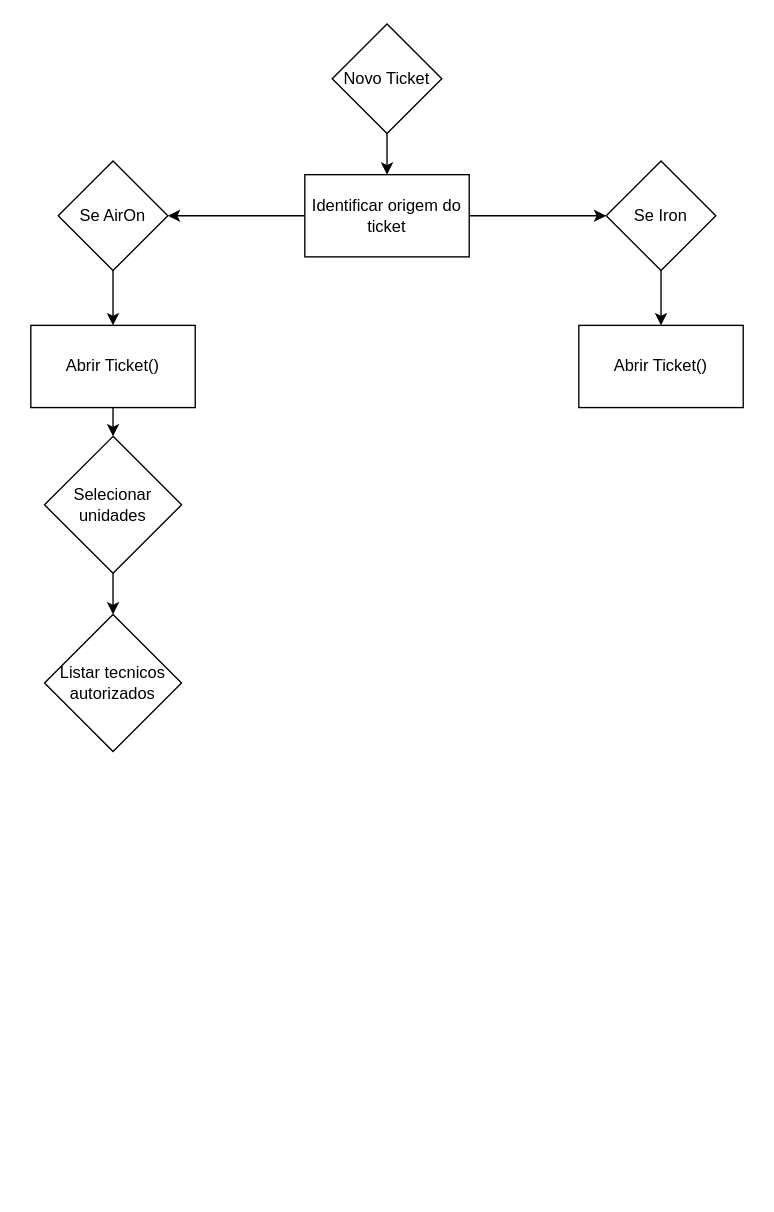
This is page "Processo" (2 of 2) of Controlador.drawio from rodcordeiro/ticketsController, a draw.io file, before an edit. Source tidied: cells renumbered, new cells numbered last; positions are measured from the earlier drawing's top-left corner, leaving out a move shared by most shapes. Both pictures are drawn from the tidied source at 137%, with x=0, y=0 at pixel (30, 23).
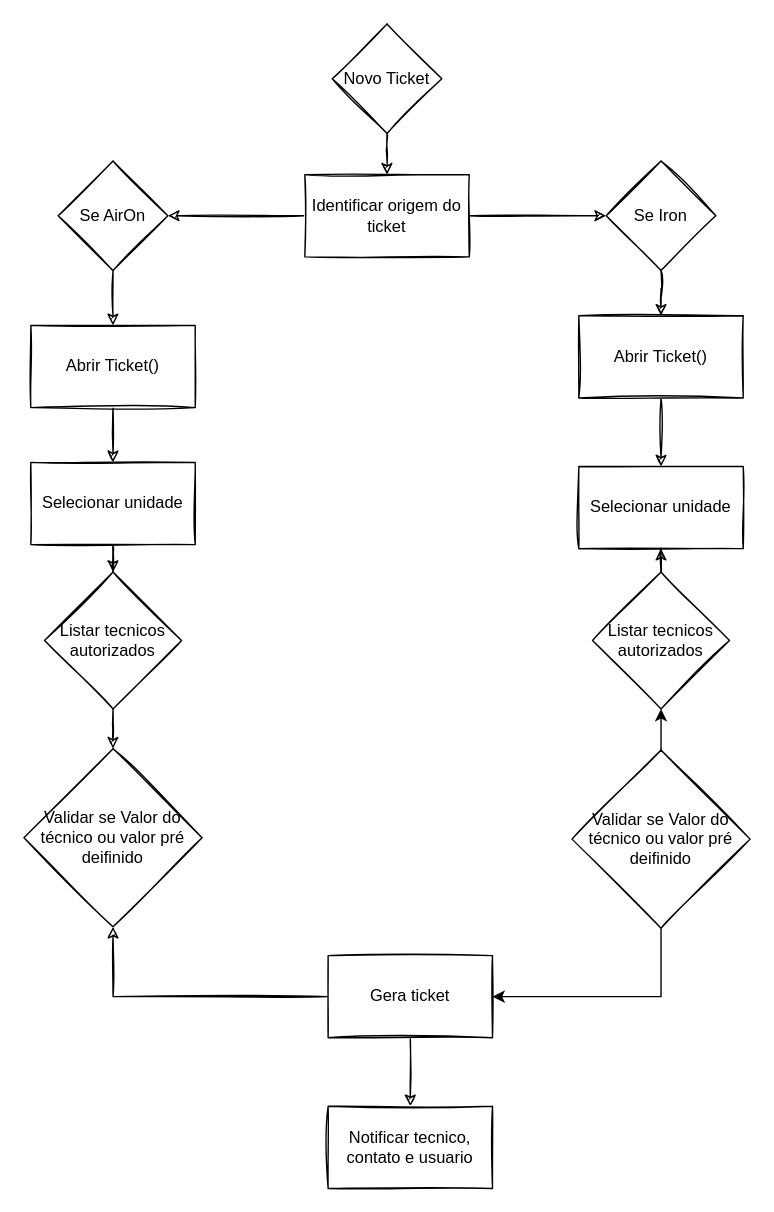
After the change.

Commit message:
start backend branch

Diff of the diagram source:
```diff
@@
-    <mxCell id="2" style="edgeStyle=orthogonalEdgeStyle;rounded=0;jettySize=auto;html=1;" parent="1" edge="1" source="3" target="6">
+    <mxCell id="2" style="edgeStyle=orthogonalEdgeStyle;rounded=0;jettySize=auto;html=1;sketch=1;" parent="1" edge="1" source="3" target="6">
       <mxGeometry relative="1" as="geometry" />
     </mxCell>
-    <mxCell id="3" value="Novo Ticket" style="rhombus;whiteSpace=wrap;html=1;" parent="1" vertex="1">
+    <mxCell id="3" value="Novo Ticket" style="rhombus;whiteSpace=wrap;html=1;sketch=1;" parent="1" vertex="1">
       <mxGeometry x="220" width="80" height="80" as="geometry" />
     </mxCell>
-    <mxCell id="4" style="edgeStyle=orthogonalEdgeStyle;rounded=0;jettySize=auto;html=1;" parent="1" edge="1" source="6" target="8">
+    <mxCell id="4" style="edgeStyle=orthogonalEdgeStyle;rounded=0;jettySize=auto;html=1;sketch=1;" parent="1" edge="1" source="6" target="8">
       <mxGeometry relative="1" as="geometry" />
     </mxCell>
-    <mxCell id="5" style="edgeStyle=orthogonalEdgeStyle;rounded=0;jettySize=auto;html=1;" parent="1" edge="1" source="6" target="10">
+    <mxCell id="5" style="edgeStyle=orthogonalEdgeStyle;rounded=0;jettySize=auto;html=1;sketch=1;" parent="1" edge="1" source="6" target="10">
       <mxGeometry relative="1" as="geometry" />
     </mxCell>
-    <mxCell id="6" value="Identificar origem do ticket" style="whiteSpace=wrap;html=1;" parent="1" vertex="1">
+    <mxCell id="6" value="Identificar origem do ticket" style="whiteSpace=wrap;html=1;sketch=1;" parent="1" vertex="1">
       <mxGeometry x="200" y="110" width="120" height="60" as="geometry" />
     </mxCell>
-    <mxCell id="7" style="edgeStyle=orthogonalEdgeStyle;rounded=0;jettySize=auto;html=1;" parent="1" edge="1" source="8" target="12">
+    <mxCell id="7" style="edgeStyle=orthogonalEdgeStyle;rounded=0;jettySize=auto;html=1;sketch=1;" parent="1" edge="1" source="8" target="12">
       <mxGeometry relative="1" as="geometry" />
     </mxCell>
-    <mxCell id="8" value="Se AirOn" style="rhombus;whiteSpace=wrap;html=1;" parent="1" vertex="1">
+    <mxCell id="8" value="Se AirOn" style="rhombus;whiteSpace=wrap;html=1;sketch=1;" parent="1" vertex="1">
       <mxGeometry x="20" y="100" width="80" height="80" as="geometry" />
     </mxCell>
-    <mxCell id="9" style="edgeStyle=orthogonalEdgeStyle;rounded=0;jettySize=auto;html=1;" parent="1" edge="1" source="10" target="13">
+    <mxCell id="9" style="edgeStyle=orthogonalEdgeStyle;rounded=0;jettySize=auto;html=1;sketch=1;" parent="1" edge="1" source="10" target="13">
       <mxGeometry relative="1" as="geometry" />
     </mxCell>
-    <mxCell id="10" value="Se Iron" style="rhombus;whiteSpace=wrap;html=1;" parent="1" vertex="1">
+    <mxCell id="10" value="Se Iron" style="rhombus;whiteSpace=wrap;html=1;sketch=1;" parent="1" vertex="1">
       <mxGeometry x="420" y="100" width="80" height="80" as="geometry" />
     </mxCell>
-    <mxCell id="11" style="edgeStyle=orthogonalEdgeStyle;rounded=0;jettySize=auto;html=1;" parent="1" edge="1" source="12" target="15">
+    <mxCell id="11" style="edgeStyle=orthogonalEdgeStyle;rounded=0;jettySize=auto;html=1;sketch=1;entryX=0.5;entryY=0;entryDx=0;entryDy=0;" parent="1" edge="1" source="12" target="19">
       <mxGeometry relative="1" as="geometry" />
     </mxCell>
-    <mxCell id="12" value="Abrir Ticket()" style="whiteSpace=wrap;html=1;" parent="1" vertex="1">
+    <mxCell id="12" value="Abrir Ticket()" style="whiteSpace=wrap;html=1;sketch=1;" parent="1" vertex="1">
       <mxGeometry y="220" width="120" height="60" as="geometry" />
     </mxCell>
+    <mxCell id="17" style="edgeStyle=orthogonalEdgeStyle;rounded=0;sketch=1;jettySize=auto;html=1;" parent="1" edge="1" source="13" target="27">
+      <mxGeometry relative="1" as="geometry" />
+    </mxCell>
-    <mxCell id="13" value="Abrir Ticket()" style="whiteSpace=wrap;html=1;" parent="1" vertex="1">
-      <mxGeometry x="400" y="220" width="120" height="60" as="geometry" />
+    <mxCell id="13" value="Abrir Ticket()" style="whiteSpace=wrap;html=1;sketch=1;" parent="1" vertex="1">
+      <mxGeometry x="400" y="213" width="120" height="60" as="geometry" />
     </mxCell>
-    <mxCell id="14" style="edgeStyle=orthogonalEdgeStyle;rounded=0;jettySize=auto;html=1;" parent="1" edge="1" source="15" target="16">
+    <mxCell id="14" style="edgeStyle=orthogonalEdgeStyle;rounded=0;jettySize=auto;html=1;sketch=1;exitX=0.5;exitY=1;exitDx=0;exitDy=0;" parent="1" edge="1" source="19" target="16">
       <mxGeometry relative="1" as="geometry" />
     </mxCell>
-    <mxCell id="15" value="Selecionar unidades" style="rhombus;whiteSpace=wrap;html=1;" parent="1" vertex="1">
-      <mxGeometry x="10" y="301" width="100" height="100" as="geometry" />
-    </mxCell>
+    <mxCell id="18" style="edgeStyle=orthogonalEdgeStyle;rounded=0;sketch=1;jettySize=auto;html=1;" parent="1" edge="1" source="16" target="20">
+      <mxGeometry relative="1" as="geometry" />
+    </mxCell>
-    <mxCell id="16" value="Listar tecnicos autorizados" style="rhombus;whiteSpace=wrap;html=1;" parent="1" vertex="1">
-      <mxGeometry x="10" y="431" width="100" height="100" as="geometry" />
+    <mxCell id="16" value="Listar tecnicos autorizados" style="rhombus;whiteSpace=wrap;html=1;sketch=1;" parent="1" vertex="1">
+      <mxGeometry x="10" y="400" width="100" height="100" as="geometry" />
     </mxCell>
+    <mxCell id="19" value="Selecionar unidade" style="rounded=0;whiteSpace=wrap;html=1;sketch=1;" parent="1" vertex="1">
+      <mxGeometry y="320" width="120" height="60" as="geometry" />
+    </mxCell>
+    <mxCell id="20" value="Validar se Valor do técnico ou valor pré deifinido" style="rhombus;whiteSpace=wrap;html=1;sketch=1;" parent="1" vertex="1">
+      <mxGeometry x="-5" y="529" width="130" height="130" as="geometry" />
+    </mxCell>
+    <mxCell id="21" style="edgeStyle=orthogonalEdgeStyle;rounded=0;sketch=1;jettySize=auto;html=1;" parent="1" edge="1" source="23" target="20">
+      <mxGeometry relative="1" as="geometry" />
+    </mxCell>
+    <mxCell id="22" style="edgeStyle=orthogonalEdgeStyle;rounded=0;sketch=1;jettySize=auto;html=1;" parent="1" edge="1" source="23" target="24">
+      <mxGeometry relative="1" as="geometry" />
+    </mxCell>
+    <mxCell id="23" value="Gera ticket" style="rounded=0;whiteSpace=wrap;html=1;sketch=1;" parent="1" vertex="1">
+      <mxGeometry x="217" y="680" width="120" height="60" as="geometry" />
+    </mxCell>
+    <mxCell id="24" value="Notificar tecnico, contato e usuario" style="rounded=0;whiteSpace=wrap;html=1;sketch=1;" parent="1" vertex="1">
+      <mxGeometry x="217" y="790" width="120" height="60" as="geometry" />
+    </mxCell>
+    <mxCell id="25" style="edgeStyle=orthogonalEdgeStyle;rounded=0;sketch=1;jettySize=auto;html=1;" parent="1" edge="1" source="26" target="27">
+      <mxGeometry relative="1" as="geometry" />
+    </mxCell>
+    <mxCell id="26" value="Listar tecnicos autorizados" style="rhombus;whiteSpace=wrap;html=1;sketch=1;" parent="1" vertex="1">
+      <mxGeometry x="410" y="400" width="100" height="100" as="geometry" />
+    </mxCell>
+    <mxCell id="27" value="Selecionar unidade" style="rounded=0;whiteSpace=wrap;html=1;sketch=1;" parent="1" vertex="1">
+      <mxGeometry x="400" y="323" width="120" height="60" as="geometry" />
+    </mxCell>
+    <mxCell id="28" style="edgeStyle=orthogonalEdgeStyle;rounded=0;jettySize=auto;html=1;" parent="1" edge="1" source="30" target="26">
+      <mxGeometry relative="1" as="geometry" />
+    </mxCell>
+    <mxCell id="29" style="edgeStyle=orthogonalEdgeStyle;rounded=0;jettySize=auto;html=1;entryX=1;entryY=0.5;entryDx=0;entryDy=0;" parent="1" edge="1" source="30" target="23">
+      <mxGeometry relative="1" as="geometry">
+        <Array as="points">
+          <mxPoint x="460" y="710" />
+        </Array>
+      </mxGeometry>
+    </mxCell>
+    <mxCell id="30" value="Validar se Valor do técnico ou valor pré deifinido" style="rhombus;whiteSpace=wrap;html=1;sketch=1;" parent="1" vertex="1">
+      <mxGeometry x="395" y="530" width="130" height="130" as="geometry" />
+    </mxCell>
```
